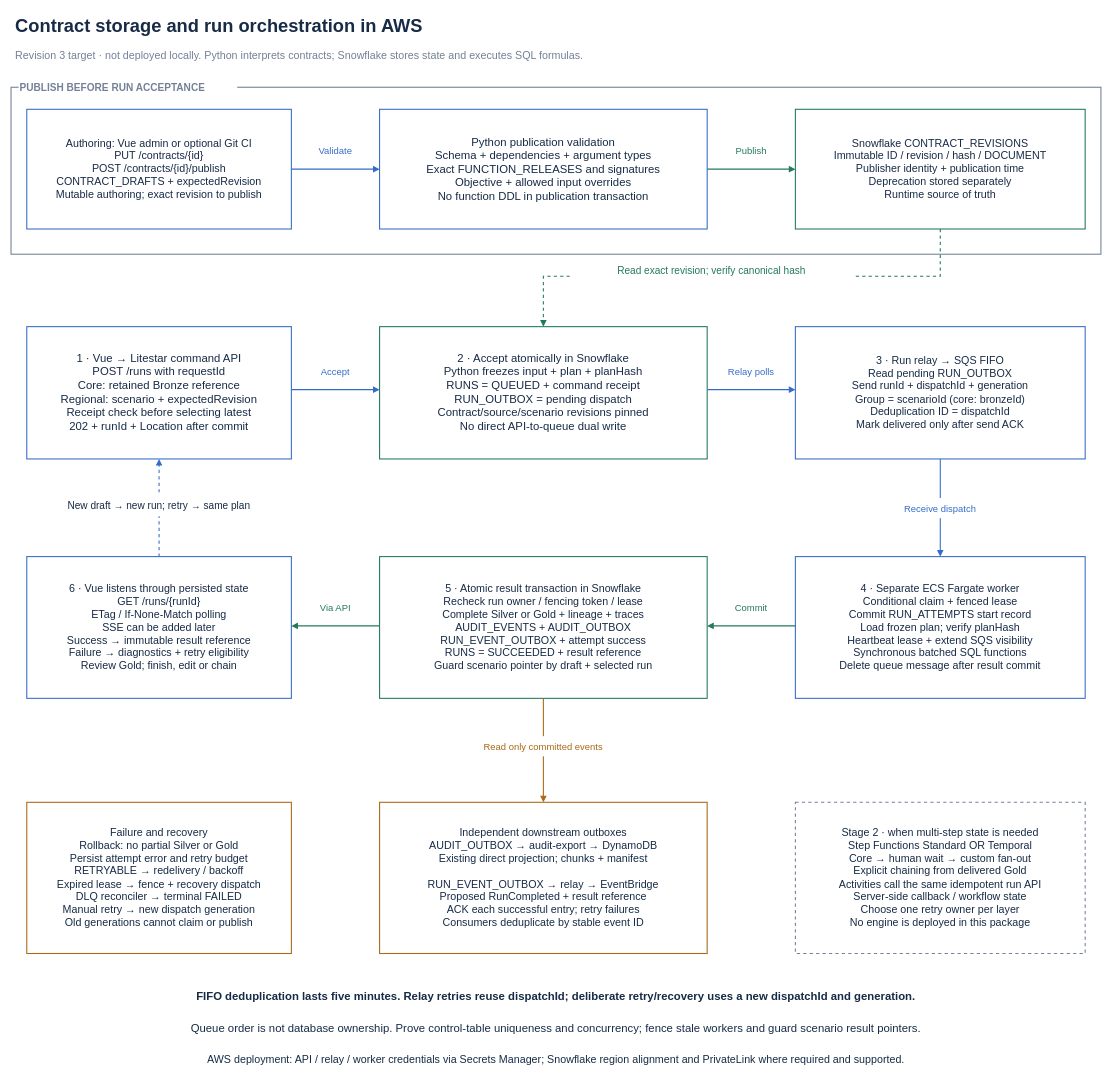
Earlier version of the draw.io diagram page "08 Contract storage and AWS orchestration" (8 of 17) of architecture/calculation-architecture.drawio (lumyslinski/pacific-life). Source tidied: cells renumbered, new cells numbered last; positions are measured from the earlier drawing's top-left corner, leaving out a move shared by most shapes. Both pictures are drawn from the tidied source at 63%, with x=0, y=0 at pixel (11, 11).
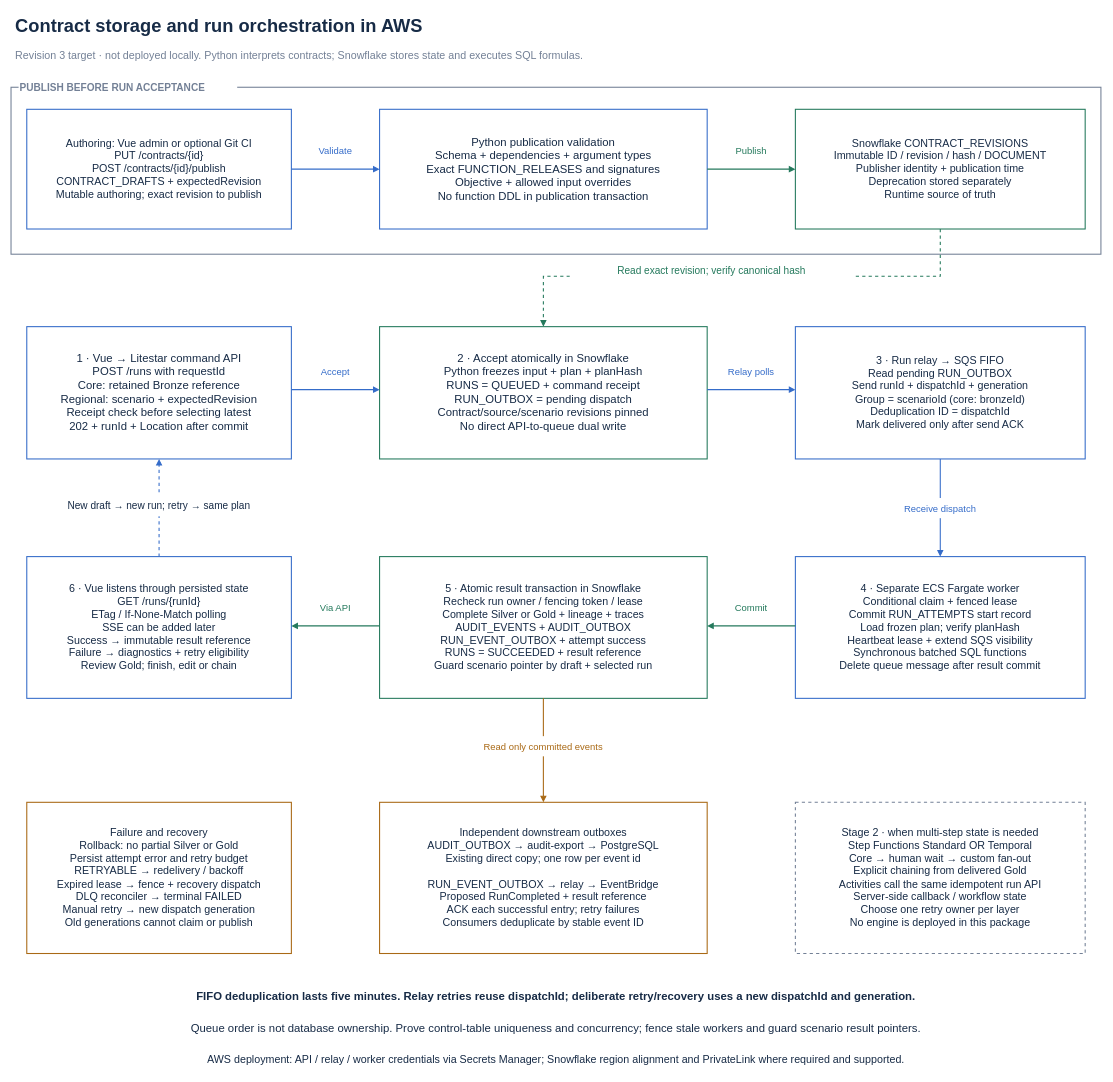
After the change.

The edit, as a diff of the source:
```diff
@@
-    <mxCell id="45" value="Independent downstream outboxes&#10;AUDIT_OUTBOX → audit-export → DynamoDB&#10;Existing direct projection; chunks + manifest&#10;&#10;RUN_EVENT_OUTBOX → relay → EventBridge&#10;Proposed RunCompleted + result reference&#10;ACK each successful entry; retry failures&#10;Consumers deduplicate by stable event ID" style="html=0;fontFamily=Arial;fontColor=#172B46;labelBackgroundColor=#FFFFFF;labelBorderColor=none;text;whiteSpace=wrap;overflow=hidden;fillColor=#FFFFFF;strokeColor=none;align=center;verticalAlign=middle;fontSize=17;fontStyle=0;fontColor=#172B46;" parent="1" vertex="1">
+    <mxCell id="45" value="Independent downstream outboxes&#10;AUDIT_OUTBOX → audit-export → PostgreSQL&#10;Existing direct copy; one row per event id&#10;&#10;RUN_EVENT_OUTBOX → relay → EventBridge&#10;Proposed RunCompleted + result reference&#10;ACK each successful entry; retry failures&#10;Consumers deduplicate by stable event ID" style="html=0;fontFamily=Arial;fontColor=#172B46;labelBackgroundColor=#FFFFFF;labelBorderColor=none;text;whiteSpace=wrap;overflow=hidden;fillColor=#FFFFFF;strokeColor=none;align=center;verticalAlign=middle;fontSize=17;fontStyle=0;fontColor=#172B46;" parent="1" vertex="1">
       <mxGeometry x="597" y="1266" width="496" height="220" as="geometry" />
     </mxCell>
```
